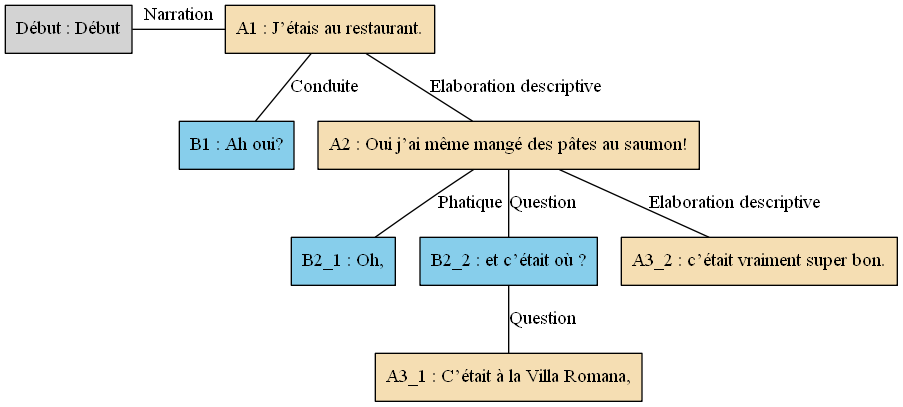
AlaixComet/AnnotationSlamPTut keeps this Graphviz diagram as arbres/Bac_a_sable/Bac_a_sable_-_A11.gv.png. Above is the earlier version. Its source is kept beside it as arbres/Bac_a_sable/Bac_a_sable_-_A11.gv. The source it was exported from:
```dot
digraph A11 {
	node [shape=box style=filled]
	"Début" [label="Début : Début"]
	A1 [label="A1 : J’étais au restaurant." fillcolor=wheat]
	B1 [label="B1 : Ah oui?" fillcolor=skyblue]
	A2 [label="A2 : Oui j’ai même mangé des pâtes au saumon!" fillcolor=wheat]
	B2_1 [label="B2_1 : Oh," fillcolor=skyblue]
	B2_2 [label="B2_2 : et c’était où ?" fillcolor=skyblue]
	A3_1 [label="A3_1 : C’était à la Villa Romana," fillcolor=wheat]
	A3_2 [label="A3_2 : c’était vraiment super bon." fillcolor=wheat]
	{
		rank=same
		"Début"
		A1
		"Début" -> A1 [label=Narration dir=none]
	}
	A1 -> B1 [label=Conduite dir=none]
	A1 -> A2 [label="Elaboration descriptive" dir=none]
	A2 -> B2_1 [label=Phatique dir=none]
	A2 -> B2_2 [label=Question dir=none]
	B2_2 -> A3_1 [label=Question dir=none]
	A2 -> A3_2 [label="Elaboration descriptive" dir=none]
}
```
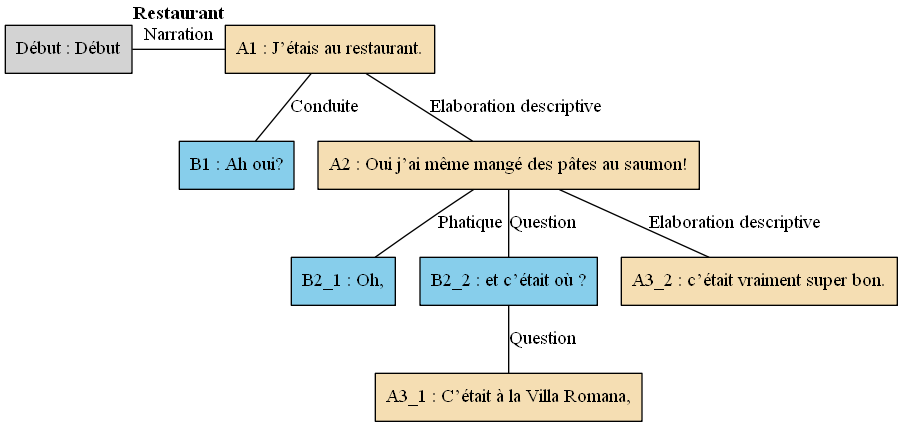
After the commit.

The edit, as a diff of the source:
```diff
@@ -1,13 +1,13 @@
 digraph A11 {
 	node [shape=box style=filled]
-	"Début" [label="Début : Début"]
-	A1 [label="A1 : J’étais au restaurant." fillcolor=wheat]
-	B1 [label="B1 : Ah oui?" fillcolor=skyblue]
-	A2 [label="A2 : Oui j’ai même mangé des pâtes au saumon!" fillcolor=wheat]
-	B2_1 [label="B2_1 : Oh," fillcolor=skyblue]
-	B2_2 [label="B2_2 : et c’était où ?" fillcolor=skyblue]
-	A3_1 [label="A3_1 : C’était à la Villa Romana," fillcolor=wheat]
-	A3_2 [label="A3_2 : c’était vraiment super bon." fillcolor=wheat]
+	"Début" [label="Début : Début" xlabel=""]
+	A1 [label="A1 : J’étais au restaurant." fillcolor=wheat xlabel=<<B>Restaurant</B>>]
+	B1 [label="B1 : Ah oui?" fillcolor=skyblue xlabel=""]
+	A2 [label="A2 : Oui j’ai même mangé des pâtes au saumon!" fillcolor=wheat xlabel=""]
+	B2_1 [label="B2_1 : Oh," fillcolor=skyblue xlabel=""]
+	B2_2 [label="B2_2 : et c’était où ?" fillcolor=skyblue xlabel=""]
+	A3_1 [label="A3_1 : C’était à la Villa Romana," fillcolor=wheat xlabel=""]
+	A3_2 [label="A3_2 : c’était vraiment super bon." fillcolor=wheat xlabel=""]
 	{
 		rank=same
 		"Début"
```
